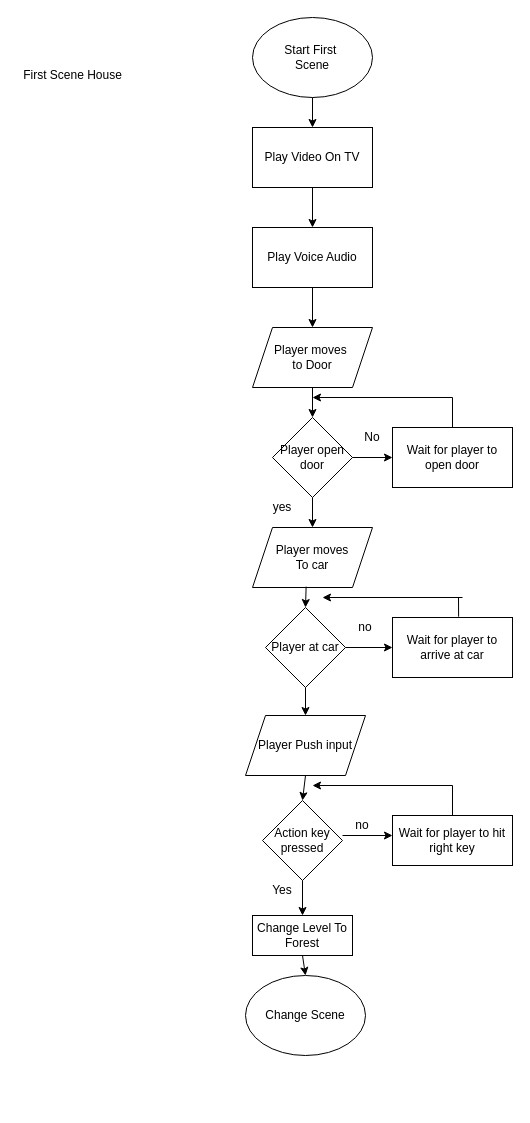
Earlier version of the draw.io diagram page "Page-1" (1 of 2) of Untitled Diagram.drawio (bennyboy743/Walk-In-Woods-Main). Source tidied: cells renumbered, new cells numbered last; positions are measured from the earlier drawing's top-left corner, leaving out a move shared by most shapes. Both pictures are drawn from the tidied source at 100%, with x=0, y=0 at pixel (17, 17).
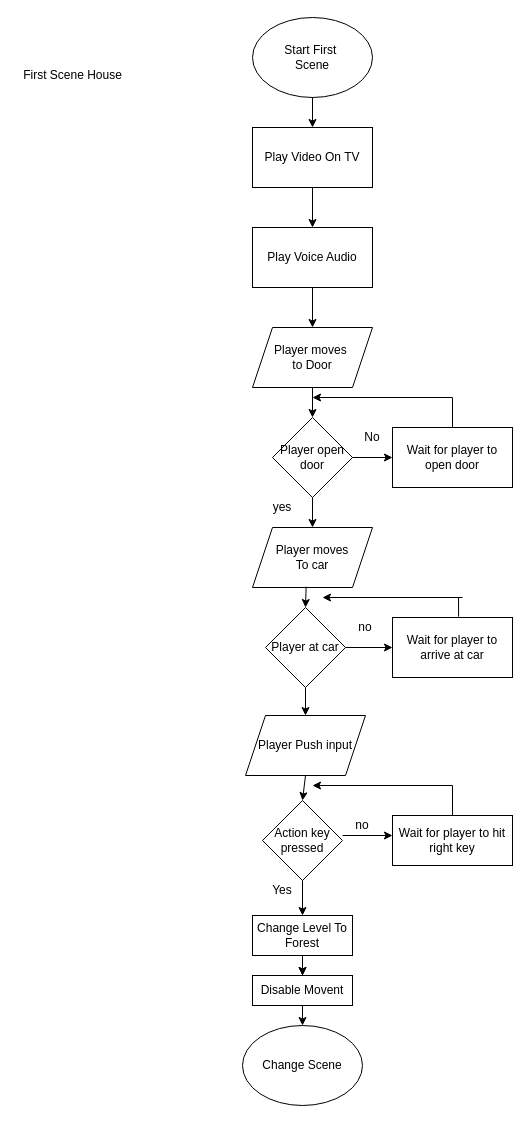
Above is the later version.

Unchanged cells that the change refers to:
```xml
<mxCell id="38" value="Change Level To Forest&lt;br&gt;" style="rounded=0;whiteSpace=wrap;html=1;" parent="1" vertex="1">
  <mxGeometry x="235" y="898" width="100" height="40" as="geometry" />
</mxCell>
```

The edit, as a diff of the source:
```diff
@@
+    <mxCell id="41" style="edgeStyle=orthogonalEdgeStyle;rounded=0;jettySize=auto;html=1;" parent="1" edge="1" source="38" target="42">
+      <mxGeometry relative="1" as="geometry" />
+    </mxCell>
@@
     <mxCell id="39" value="Change Scene&lt;br&gt;" style="ellipse;whiteSpace=wrap;html=1;" parent="1" vertex="1">
-      <mxGeometry x="228" y="958" width="120" height="80" as="geometry" />
+      <mxGeometry x="225" y="1008" width="120" height="80" as="geometry" />
     </mxCell>
-    <mxCell id="40" style="endArrow=classic;html=1;exitX=0.5;exitY=1;exitDx=0;exitDy=0;entryX=0.5;entryY=0;entryDx=0;entryDy=0;" parent="1" edge="1" source="38" target="39">
-      <mxGeometry relative="1" as="geometry" />
+    <mxCell id="40" style="endArrow=classic;html=1;exitX=0.5;exitY=1;exitDx=0;exitDy=0;" parent="1" edge="1" source="38">
+      <mxGeometry relative="1" as="geometry">
+        <mxPoint x="285" y="958" as="targetPoint" />
+      </mxGeometry>
     </mxCell>
+    <mxCell id="42" value="Disable Movent" style="rounded=0;whiteSpace=wrap;html=1;" parent="1" vertex="1">
+      <mxGeometry x="235" y="958" width="100" height="30" as="geometry" />
+    </mxCell>
+    <mxCell id="43" style="endArrow=classic;html=1;exitX=0.5;exitY=1;exitDx=0;exitDy=0;entryX=0.5;entryY=0;entryDx=0;entryDy=0;" parent="1" edge="1" source="42" target="39">
+      <mxGeometry relative="1" as="geometry" />
+    </mxCell>
```
